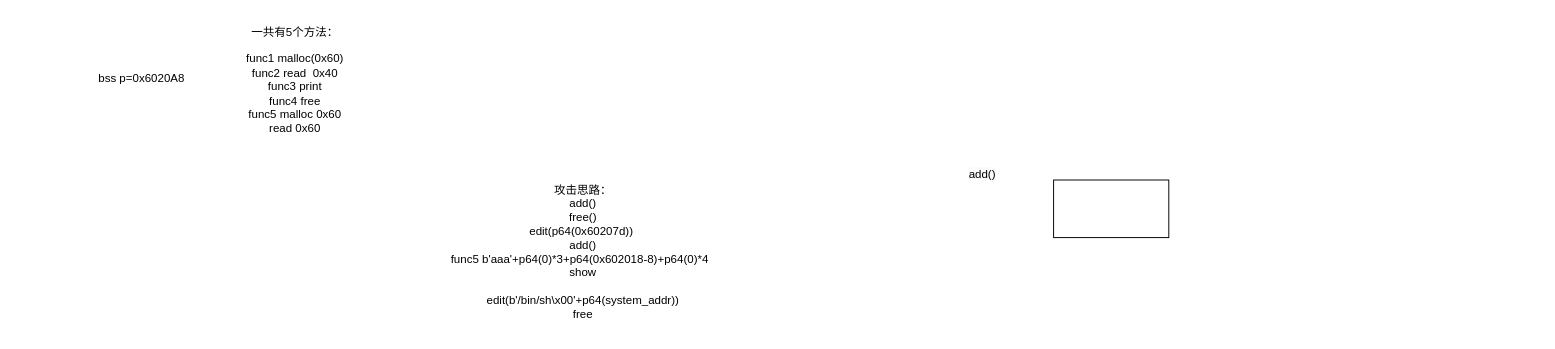
The draw.io diagram ccb_4_onetime.drawio in xiaofeng789/draw, before the edit. Source tidied: cells renumbered, new cells numbered last; positions are measured from the earlier drawing's top-left corner, leaving out a move shared by most shapes. Both pictures are drawn from the tidied source at 96%, with x=0, y=0 at pixel (93, 16).
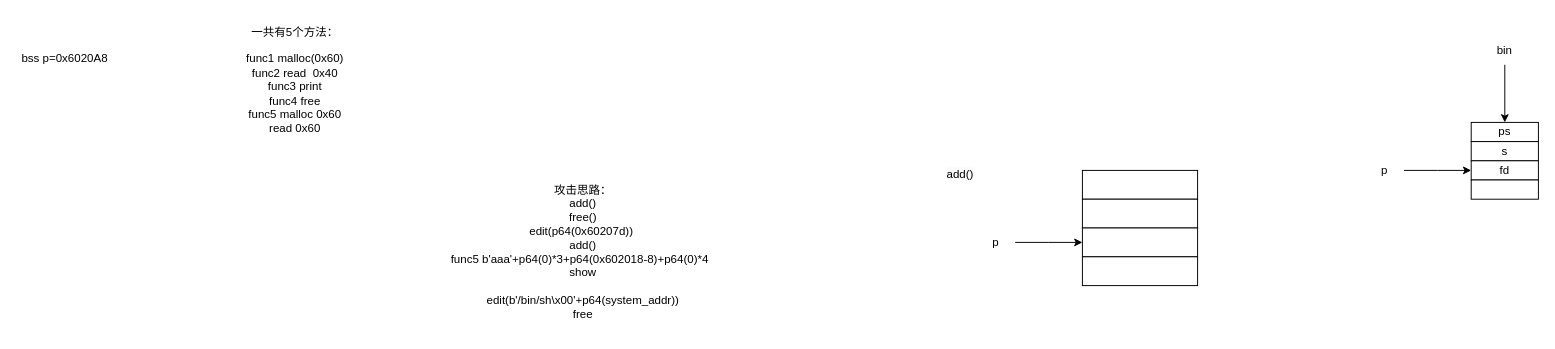
After the change.

The edit, as a diff of the source:
```diff
@@
     <mxCell id="4" value="&lt;span style=&quot;color: rgb(0, 0, 0); font-family: Helvetica; font-size: 12px; font-style: normal; font-variant-ligatures: normal; font-variant-caps: normal; font-weight: 400; letter-spacing: normal; orphans: 2; text-align: center; text-indent: 0px; text-transform: none; widows: 2; word-spacing: 0px; -webkit-text-stroke-width: 0px; white-space: normal; background-color: rgb(251, 251, 251); text-decoration-thickness: initial; text-decoration-style: initial; text-decoration-color: initial; display: inline !important; float: none;&quot;&gt;add()&lt;/span&gt;" style="text;whiteSpace=wrap;html=1;" parent="1" vertex="1">
-      <mxGeometry x="910" y="150" width="60" height="40" as="geometry" />
+      <mxGeometry x="887" y="150" width="60" height="40" as="geometry" />
     </mxCell>
-    <mxCell id="5" style="rounded=0;whiteSpace=wrap;html=1;" parent="1" vertex="1">
-      <mxGeometry x="1000" y="170" width="120" height="60" as="geometry" />
-    </mxCell>
     <mxCell id="6" value=" bss p=0x6020A8" style="text;whiteSpace=wrap;" parent="1" vertex="1">
-      <mxGeometry y="50" width="160" height="50" as="geometry" />
+      <mxGeometry x="-80" y="30" width="100" height="30" as="geometry" />
     </mxCell>
+    <mxCell id="7" style="edgeStyle=orthogonalEdgeStyle;rounded=0;jettySize=auto;html=1;exitX=1;exitY=0.5;exitDx=0;exitDy=0;entryX=0;entryY=0.5;entryDx=0;entryDy=0;" parent="1" edge="1" source="8">
+      <mxGeometry relative="1" as="geometry">
+        <mxPoint x="1030" y="235" as="targetPoint" />
+      </mxGeometry>
+    </mxCell>
+    <mxCell id="8" value="p" style="text;strokeColor=none;align=center;fillColor=none;html=1;verticalAlign=middle;whiteSpace=wrap;rounded=0;" parent="1" vertex="1">
+      <mxGeometry x="920" y="220" width="40" height="30" as="geometry" />
+    </mxCell>
+    <mxCell id="9" style="rounded=0;whiteSpace=wrap;html=1;" parent="1" vertex="1">
+      <mxGeometry x="1030" y="160" width="120" height="30" as="geometry" />
+    </mxCell>
+    <mxCell id="10" style="rounded=0;whiteSpace=wrap;html=1;" parent="1" vertex="1">
+      <mxGeometry x="1030" y="190" width="120" height="30" as="geometry" />
+    </mxCell>
+    <mxCell id="11" style="rounded=0;whiteSpace=wrap;html=1;" parent="1" vertex="1">
+      <mxGeometry x="1030" y="220" width="120" height="30" as="geometry" />
+    </mxCell>
+    <mxCell id="12" style="rounded=0;whiteSpace=wrap;html=1;" parent="1" vertex="1">
+      <mxGeometry x="1030" y="250" width="120" height="30" as="geometry" />
+    </mxCell>
+    <mxCell id="13" style="edgeStyle=orthogonalEdgeStyle;rounded=0;jettySize=auto;html=1;exitX=0.5;exitY=1;exitDx=0;exitDy=0;entryX=0.5;entryY=0;entryDx=0;entryDy=0;" parent="1" edge="1" source="14" target="15">
+      <mxGeometry relative="1" as="geometry" />
+    </mxCell>
+    <mxCell id="14" value="bin" style="text;strokeColor=none;align=center;fillColor=none;html=1;verticalAlign=middle;whiteSpace=wrap;rounded=0;" parent="1" vertex="1">
+      <mxGeometry x="1440" y="20" width="60" height="30" as="geometry" />
+    </mxCell>
+    <mxCell id="15" value="ps" style="rounded=0;whiteSpace=wrap;html=1;" parent="1" vertex="1">
+      <mxGeometry x="1435" y="110" width="70" height="20" as="geometry" />
+    </mxCell>
+    <mxCell id="16" style="edgeStyle=orthogonalEdgeStyle;rounded=0;jettySize=auto;html=1;exitX=1;exitY=0.5;exitDx=0;exitDy=0;entryX=0;entryY=0.5;entryDx=0;entryDy=0;" parent="1" edge="1" source="17">
+      <mxGeometry relative="1" as="geometry">
+        <mxPoint x="1435" y="160" as="targetPoint" />
+      </mxGeometry>
+    </mxCell>
+    <mxCell id="17" value="p" style="text;strokeColor=none;align=center;fillColor=none;html=1;verticalAlign=middle;whiteSpace=wrap;rounded=0;" parent="1" vertex="1">
+      <mxGeometry x="1325" y="145" width="40" height="30" as="geometry" />
+    </mxCell>
+    <mxCell id="18" value="s" style="rounded=0;whiteSpace=wrap;html=1;" parent="1" vertex="1">
+      <mxGeometry x="1435" y="130" width="70" height="20" as="geometry" />
+    </mxCell>
+    <mxCell id="19" value="fd" style="rounded=0;whiteSpace=wrap;html=1;" parent="1" vertex="1">
+      <mxGeometry x="1435" y="150" width="70" height="20" as="geometry" />
+    </mxCell>
+    <mxCell id="20" style="rounded=0;whiteSpace=wrap;html=1;" parent="1" vertex="1">
+      <mxGeometry x="1435" y="170" width="70" height="20" as="geometry" />
+    </mxCell>
```
